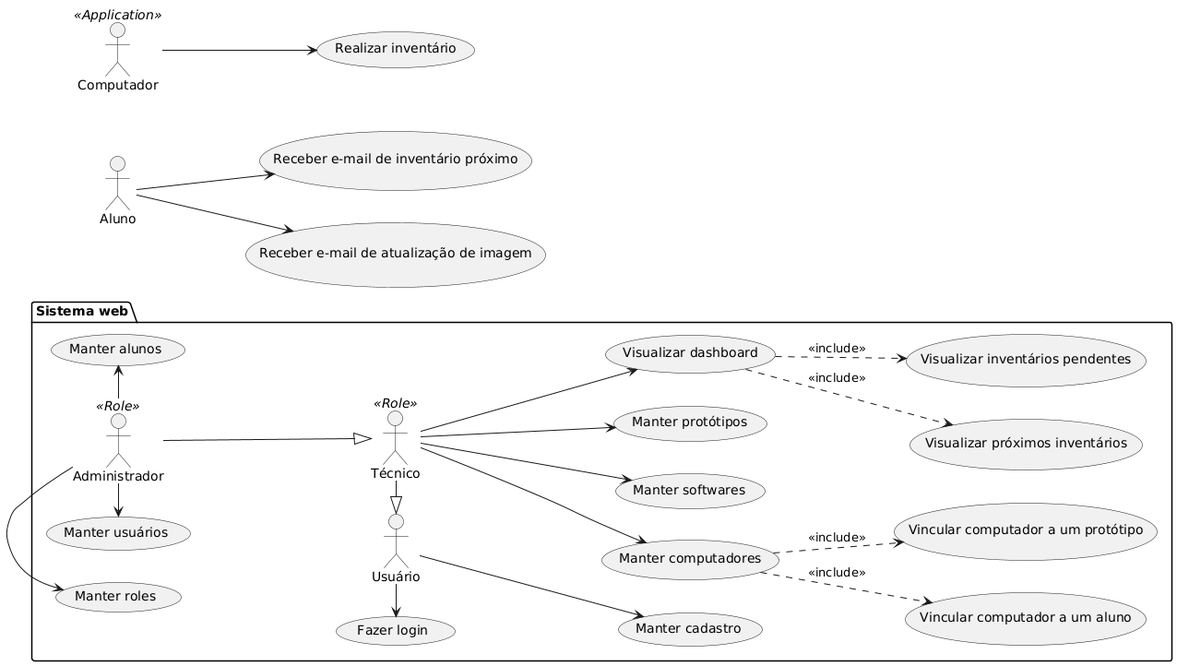
Before: resources/casos-de-uso.png, a diagram exported from PlantUML (kavvata/sigemp).
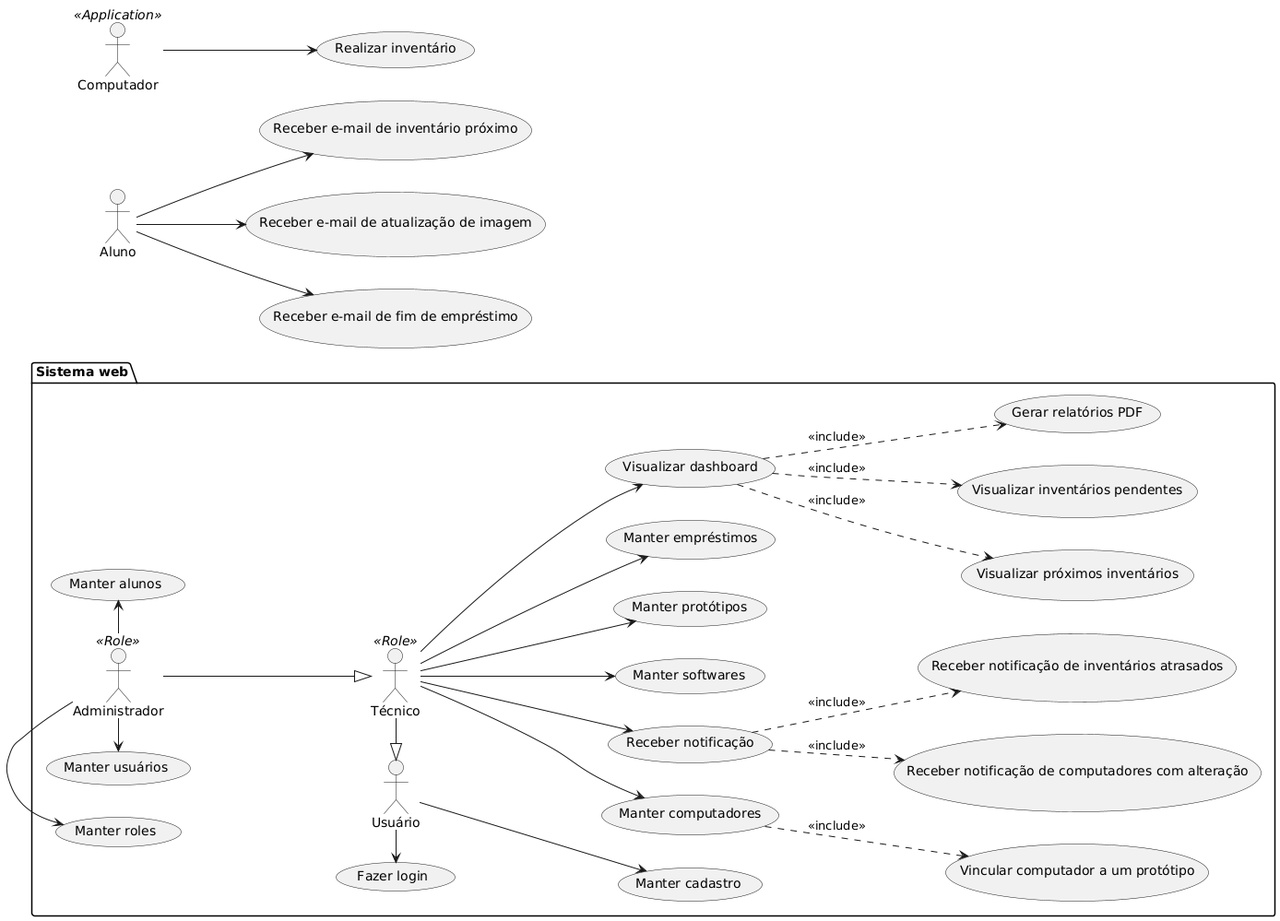
The same file after the commit.

Commit message:
docs(usecase): adicionado caso de uso de notificações e relatórios

What changed in the source:
```diff
@@ -11,14 +11,22 @@
 
     "Visualizar dashboard" as (dash)
     "Manter computadores" as (crudcomp)
+    "Receber notificação" as (notificacao)
     tec -l-|> user
     tec --> (Manter softwares)
     tec --> (Manter protótipos)
+    tec --> (Manter empréstimos)
     tec --> crudcomp
     tec --> dash
+    tec --> notificacao
+
+    notificacao ..> (Receber notificação de inventários atrasados) : <<include>>
+    notificacao ..> (Receber notificação de computadores com alteração) : <<include>>
+
     dash ..> (Visualizar próximos inventários) : <<include>>
     dash ..> (Visualizar inventários pendentes) : <<include>>
-    crudcomp ..> (Vincular computador a um aluno) : <<include>>
+    dash ..> (Gerar relatórios PDF) : <<include>>
+
     crudcomp ..> (Vincular computador a um protótipo) : <<include>>
 
     admin -d-|> tec
@@ -30,6 +38,7 @@
   :Aluno: as alu
   alu --> (Receber e-mail de inventário próximo)
   alu --> (Receber e-mail de atualização de imagem)
+  alu --> (Receber e-mail de fim de empréstimo)
   :Computador: as comp <<Application>>
   comp --> (Realizar inventário)
 @enduml
```
